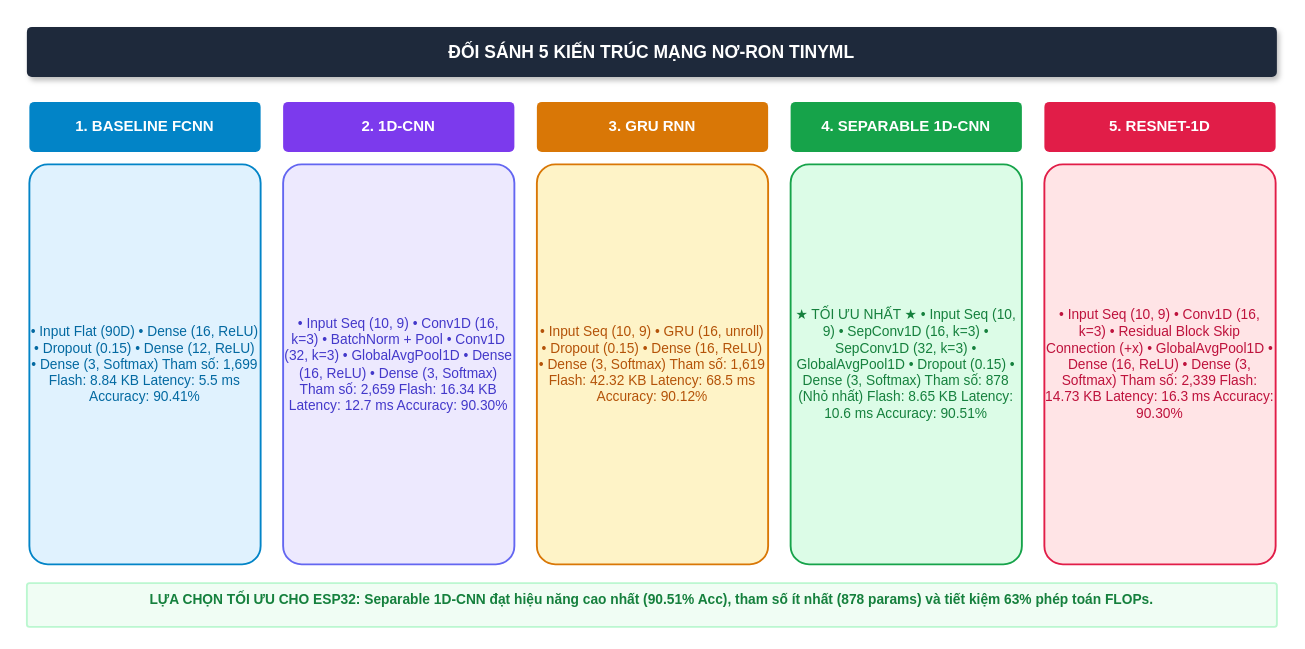
This is docs/figs/08_5_kien_truc_tinyml.drawio from Brauuwu/LoRa_TinyML_Hopping, a draw.io file, before an edit. Source tidied: cells renumbered, new cells numbered last; positions are measured from the earlier drawing's top-left corner, leaving out a move shared by most shapes. Both pictures are drawn from the tidied source at 125%, with x=0, y=0 at pixel (26, 26).
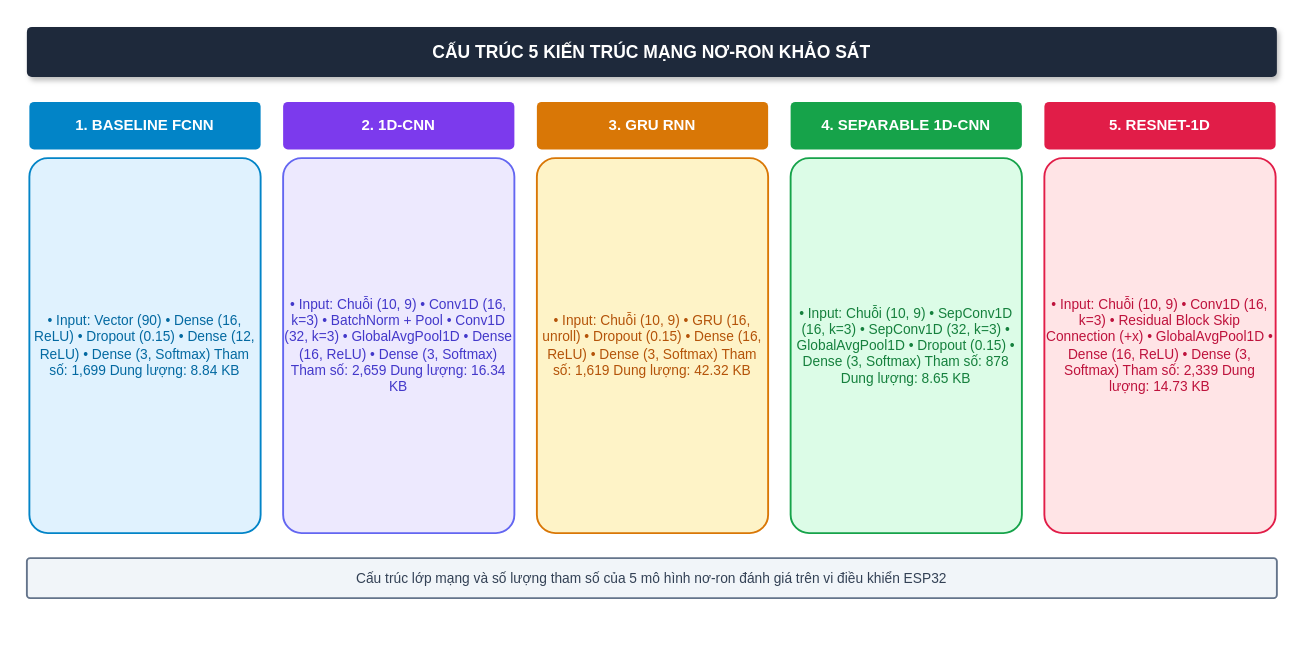
The same diagram, later.

Change to the diagram source:
```diff
@@
 <mxGraphModel background="#ffffff">
   <root>
     <mxCell id="0" />
     <mxCell id="1" parent="0" />
-    <mxCell id="2" value="ĐỐI SÁNH 5 KIẾN TRÚC MẠNG NƠ-RON TINYML" style="rounded=1;whiteSpace=wrap;html=1;fillColor=#1e293b;strokeColor=none;fontColor=#ffffff;fontStyle=1;fontSize=14;shadow=1;arcSize=10;" parent="1" vertex="1">
+    <mxCell id="2" value="CẤU TRÚC 5 KIẾN TRÚC MẠNG NƠ-RON KHẢO SÁT" style="rounded=1;whiteSpace=wrap;html=1;fillColor=#1e293b;strokeColor=none;fontColor=#ffffff;fontStyle=1;fontSize=14;shadow=1;arcSize=10;" parent="1" vertex="1">
       <mxGeometry width="1000" height="40" as="geometry" />
     </mxCell>
     <mxCell id="3" value="1. BASELINE FCNN" style="rounded=1;whiteSpace=wrap;html=1;fillColor=#0284c7;strokeColor=none;fontColor=#ffffff;fontStyle=1;fontSize=12;arcSize=10;" parent="1" vertex="1">
-      <mxGeometry x="2" y="60" width="185" height="40" as="geometry" />
+      <mxGeometry x="2" y="60" width="185" height="38" as="geometry" />
     </mxCell>
-    <mxCell id="4" value="• Input Flat (90D) • Dense (16, ReLU) • Dropout (0.15) • Dense (12, ReLU) • Dense (3, Softmax)  Tham số: 1,699 Flash: 8.84 KB Latency: 5.5 ms Accuracy: 90.41%" style="rounded=1;whiteSpace=wrap;html=1;fillColor=#e0f2fe;strokeColor=#0284c7;strokeWidth=1.5;fontColor=#0369a1;fontSize=11;arcSize=8;" parent="1" vertex="1">
-      <mxGeometry x="2" y="110" width="185" height="320" as="geometry" />
+    <mxCell id="4" value="• Input: Vector (90) • Dense (16, ReLU) • Dropout (0.15) • Dense (12, ReLU) • Dense (3, Softmax)  Tham số: 1,699 Dung lượng: 8.84 KB" style="rounded=1;whiteSpace=wrap;html=1;fillColor=#e0f2fe;strokeColor=#0284c7;strokeWidth=1.5;fontColor=#0369a1;fontSize=11;arcSize=8;" parent="1" vertex="1">
+      <mxGeometry x="2" y="105" width="185" height="300" as="geometry" />
     </mxCell>
     <mxCell id="5" value="2. 1D-CNN" style="rounded=1;whiteSpace=wrap;html=1;fillColor=#7c3aed;strokeColor=none;fontColor=#ffffff;fontStyle=1;fontSize=12;arcSize=10;" parent="1" vertex="1">
-      <mxGeometry x="205" y="60" width="185" height="40" as="geometry" />
+      <mxGeometry x="205" y="60" width="185" height="38" as="geometry" />
     </mxCell>
-    <mxCell id="6" value="• Input Seq (10, 9) • Conv1D (16, k=3) • BatchNorm + Pool • Conv1D (32, k=3) • GlobalAvgPool1D • Dense (16, ReLU) • Dense (3, Softmax)  Tham số: 2,659 Flash: 16.34 KB Latency: 12.7 ms Accuracy: 90.30%" style="rounded=1;whiteSpace=wrap;html=1;fillColor=#ede9fe;strokeColor=#6366f1;strokeWidth=1.5;fontColor=#4338ca;fontSize=11;arcSize=8;" parent="1" vertex="1">
-      <mxGeometry x="205" y="110" width="185" height="320" as="geometry" />
+    <mxCell id="6" value="• Input: Chuỗi (10, 9) • Conv1D (16, k=3) • BatchNorm + Pool • Conv1D (32, k=3) • GlobalAvgPool1D • Dense (16, ReLU) • Dense (3, Softmax)  Tham số: 2,659 Dung lượng: 16.34 KB" style="rounded=1;whiteSpace=wrap;html=1;fillColor=#ede9fe;strokeColor=#6366f1;strokeWidth=1.5;fontColor=#4338ca;fontSize=11;arcSize=8;" parent="1" vertex="1">
+      <mxGeometry x="205" y="105" width="185" height="300" as="geometry" />
     </mxCell>
     <mxCell id="7" value="3. GRU RNN" style="rounded=1;whiteSpace=wrap;html=1;fillColor=#d97706;strokeColor=none;fontColor=#ffffff;fontStyle=1;fontSize=12;arcSize=10;" parent="1" vertex="1">
-      <mxGeometry x="408" y="60" width="185" height="40" as="geometry" />
+      <mxGeometry x="408" y="60" width="185" height="38" as="geometry" />
     </mxCell>
-    <mxCell id="8" value="• Input Seq (10, 9) • GRU (16, unroll) • Dropout (0.15) • Dense (16, ReLU) • Dense (3, Softmax)  Tham số: 1,619 Flash: 42.32 KB Latency: 68.5 ms Accuracy: 90.12%" style="rounded=1;whiteSpace=wrap;html=1;fillColor=#fef3c7;strokeColor=#d97706;strokeWidth=1.5;fontColor=#b45309;fontSize=11;arcSize=8;" parent="1" vertex="1">
-      <mxGeometry x="408" y="110" width="185" height="320" as="geometry" />
+    <mxCell id="8" value="• Input: Chuỗi (10, 9) • GRU (16, unroll) • Dropout (0.15) • Dense (16, ReLU) • Dense (3, Softmax)  Tham số: 1,619 Dung lượng: 42.32 KB" style="rounded=1;whiteSpace=wrap;html=1;fillColor=#fef3c7;strokeColor=#d97706;strokeWidth=1.5;fontColor=#b45309;fontSize=11;arcSize=8;" parent="1" vertex="1">
+      <mxGeometry x="408" y="105" width="185" height="300" as="geometry" />
     </mxCell>
     <mxCell id="9" value="4. SEPARABLE 1D-CNN" style="rounded=1;whiteSpace=wrap;html=1;fillColor=#16a34a;strokeColor=none;fontColor=#ffffff;fontStyle=1;fontSize=12;arcSize=10;" parent="1" vertex="1">
-      <mxGeometry x="611" y="60" width="185" height="40" as="geometry" />
+      <mxGeometry x="611" y="60" width="185" height="38" as="geometry" />
     </mxCell>
-    <mxCell id="10" value="★ TỐI ƯU NHẤT ★ • Input Seq (10, 9) • SepConv1D (16, k=3) • SepConv1D (32, k=3) • GlobalAvgPool1D • Dropout (0.15) • Dense (3, Softmax)  Tham số: 878 (Nhỏ nhất) Flash: 8.65 KB Latency: 10.6 ms Accuracy: 90.51%" style="rounded=1;whiteSpace=wrap;html=1;fillColor=#dcfce7;strokeColor=#16a34a;strokeWidth=1.5;fontColor=#15803d;fontSize=11;arcSize=8;" parent="1" vertex="1">
-      <mxGeometry x="611" y="110" width="185" height="320" as="geometry" />
+    <mxCell id="10" value="• Input: Chuỗi (10, 9) • SepConv1D (16, k=3) • SepConv1D (32, k=3) • GlobalAvgPool1D • Dropout (0.15) • Dense (3, Softmax)  Tham số: 878 Dung lượng: 8.65 KB" style="rounded=1;whiteSpace=wrap;html=1;fillColor=#dcfce7;strokeColor=#16a34a;strokeWidth=1.5;fontColor=#15803d;fontSize=11;arcSize=8;" parent="1" vertex="1">
+      <mxGeometry x="611" y="105" width="185" height="300" as="geometry" />
     </mxCell>
     <mxCell id="11" value="5. RESNET-1D" style="rounded=1;whiteSpace=wrap;html=1;fillColor=#e11d48;strokeColor=none;fontColor=#ffffff;fontStyle=1;fontSize=12;arcSize=10;" parent="1" vertex="1">
-      <mxGeometry x="814" y="60" width="185" height="40" as="geometry" />
+      <mxGeometry x="814" y="60" width="185" height="38" as="geometry" />
     </mxCell>
-    <mxCell id="12" value="• Input Seq (10, 9) • Conv1D (16, k=3) • Residual Block   Skip Connection (+x) • GlobalAvgPool1D • Dense (16, ReLU) • Dense (3, Softmax)  Tham số: 2,339 Flash: 14.73 KB Latency: 16.3 ms Accuracy: 90.30%" style="rounded=1;whiteSpace=wrap;html=1;fillColor=#ffe4e6;strokeColor=#e11d48;strokeWidth=1.5;fontColor=#be123c;fontSize=11;arcSize=8;" parent="1" vertex="1">
-      <mxGeometry x="814" y="110" width="185" height="320" as="geometry" />
+    <mxCell id="12" value="• Input: Chuỗi (10, 9) • Conv1D (16, k=3) • Residual Block   Skip Connection (+x) • GlobalAvgPool1D • Dense (16, ReLU) • Dense (3, Softmax)  Tham số: 2,339 Dung lượng: 14.73 KB" style="rounded=1;whiteSpace=wrap;html=1;fillColor=#ffe4e6;strokeColor=#e11d48;strokeWidth=1.5;fontColor=#be123c;fontSize=11;arcSize=8;" parent="1" vertex="1">
+      <mxGeometry x="814" y="105" width="185" height="300" as="geometry" />
     </mxCell>
-    <mxCell id="13" value="LỰA CHỌN TỐI ƯU CHO ESP32: Separable 1D-CNN đạt hiệu năng cao nhất (90.51% Acc), tham số ít nhất (878 params) và tiết kiệm 63% phép toán FLOPs." style="rounded=1;whiteSpace=wrap;html=1;fillColor=#f0fdf4;strokeColor=#bbf7d0;strokeWidth=1.5;verticalAlign=top;fontStyle=1;fontSize=11;fontColor=#15803d;arcSize=6;" parent="1" vertex="1">
-      <mxGeometry y="445" width="1000" height="35" as="geometry" />
+    <mxCell id="13" value="Cấu trúc lớp mạng và số lượng tham số của 5 mô hình nơ-ron đánh giá trên vi điều khiển ESP32" style="rounded=1;whiteSpace=wrap;html=1;fillColor=#f1f5f9;strokeColor=#64748b;strokeWidth=1.5;fontColor=#334155;fontSize=11;arcSize=8;" parent="1" vertex="1">
+      <mxGeometry y="425" width="1000" height="32" as="geometry" />
     </mxCell>
   </root>
 </mxGraphModel>
```
